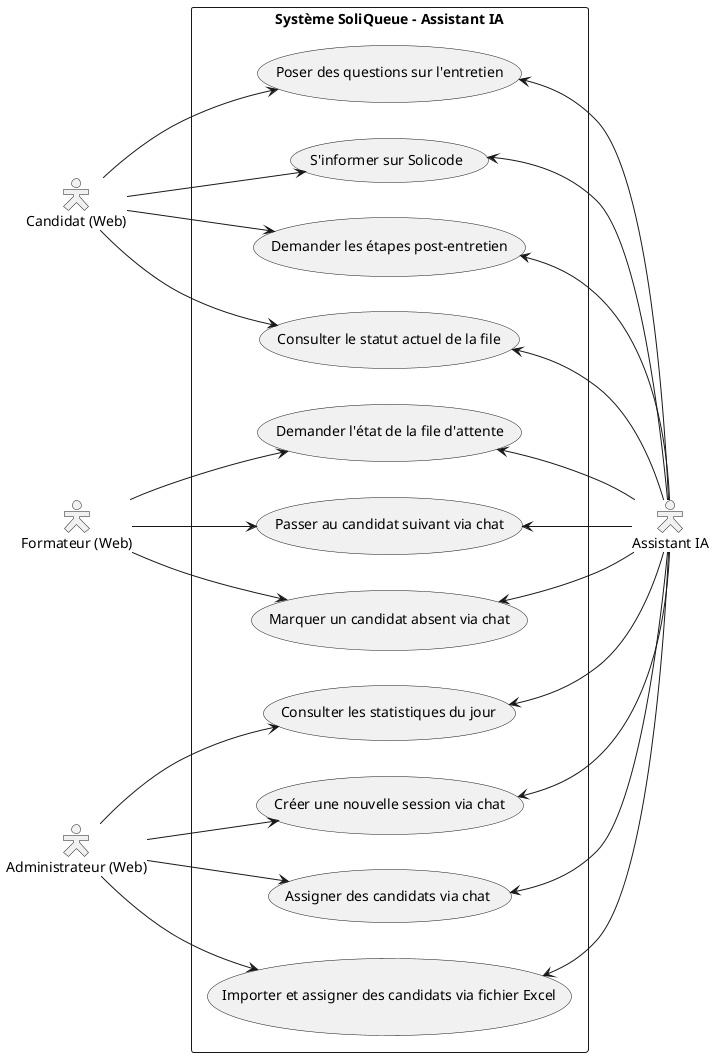
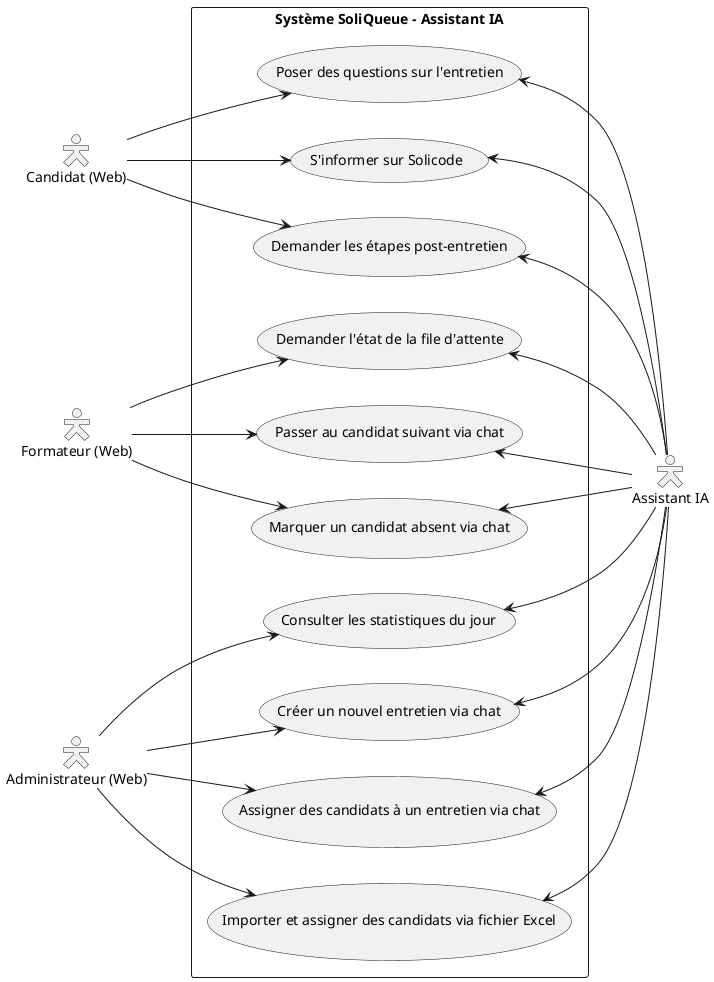
@startuml
left to right direction
skinparam packageStyle rectangle
skinparam actorStyle hollow

actor Candidat as "Candidat (Web)"
actor Formateur as "Formateur (Web)"
actor Admin as "Administrateur (Web)"
actor IA as "Assistant IA"

rectangle "Système SoliQueue - Assistant IA" {

    usecase "Poser des questions sur l'entretien" as UC_Cand_1
    usecase "S'informer sur Solicode" as UC_Cand_2
    usecase "Demander les étapes post-entretien" as UC_Cand_3
-     usecase "Consulter le statut actuel de la file" as UC_Cand_4

    usecase "Demander l'état de la file d'attente" as UC_Form_1
    usecase "Passer au candidat suivant via chat" as UC_Form_2
    usecase "Marquer un candidat absent via chat" as UC_Form_3

    usecase "Consulter les statistiques du jour" as UC_Adm_1
-     usecase "Créer une nouvelle session via chat" as UC_Adm_2
-     usecase "Assigner des candidats via chat" as UC_Adm_3
+     usecase "Créer un nouvel entretien via chat" as UC_Adm_2
+     usecase "Assigner des candidats à un entretien via chat" as UC_Adm_3
    usecase "Importer et assigner des candidats via fichier Excel" as UC_Adm_4
}

Candidat --> UC_Cand_1
Candidat --> UC_Cand_2
Candidat --> UC_Cand_3
- Candidat --> UC_Cand_4

Formateur --> UC_Form_1
Formateur --> UC_Form_2
Formateur --> UC_Form_3

Admin --> UC_Adm_1
Admin --> UC_Adm_2
Admin --> UC_Adm_3
Admin --> UC_Adm_4

UC_Cand_1 <-- IA
UC_Cand_2 <-- IA
UC_Cand_3 <-- IA
- UC_Cand_4 <-- IA

UC_Form_1 <-- IA
UC_Form_2 <-- IA
UC_Form_3 <-- IA

UC_Adm_1 <-- IA
UC_Adm_2 <-- IA
UC_Adm_3 <-- IA
UC_Adm_4 <-- IA

@enduml
